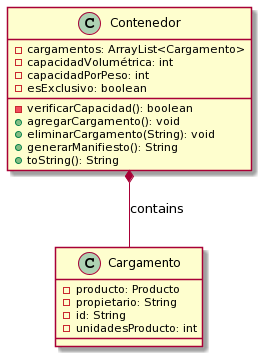
Earlier version of the PlantUML export Taller2_Contenedores/docs/class_diagrams/contenedorCargamento.png (zejiran/object-oriented-design-and-programming).
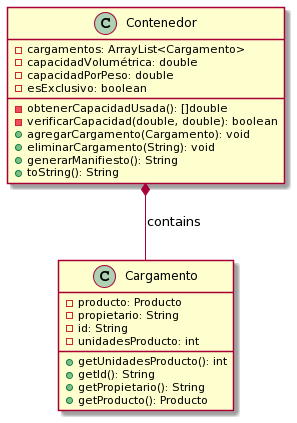
Later version of the same file.

Diff of the diagram source:
```diff
@@ -1,11 +1,12 @@
 @startuml
 class Contenedor {
  - cargamentos: ArrayList<Cargamento>
- - capacidadVolumétrica: int
- - capacidadPorPeso: int
+ - capacidadVolumétrica: double
+ - capacidadPorPeso: double
  - esExclusivo: boolean
- - verificarCapacidad(): boolean
- + agregarCargamento(): void
+ - obtenerCapacidadUsada(): []double
+ - verificarCapacidad(double, double): boolean
+ + agregarCargamento(Cargamento): void
  + eliminarCargamento(String): void
  + generarManifiesto(): String
  + toString(): String
@@ -16,6 +17,10 @@
  - propietario: String
  - id: String
  - unidadesProducto: int
+ +getUnidadesProducto(): int
+ +getId(): String
+ +getPropietario(): String
+ +getProducto(): Producto
 }
 
 Contenedor *-- Cargamento: contains
```
